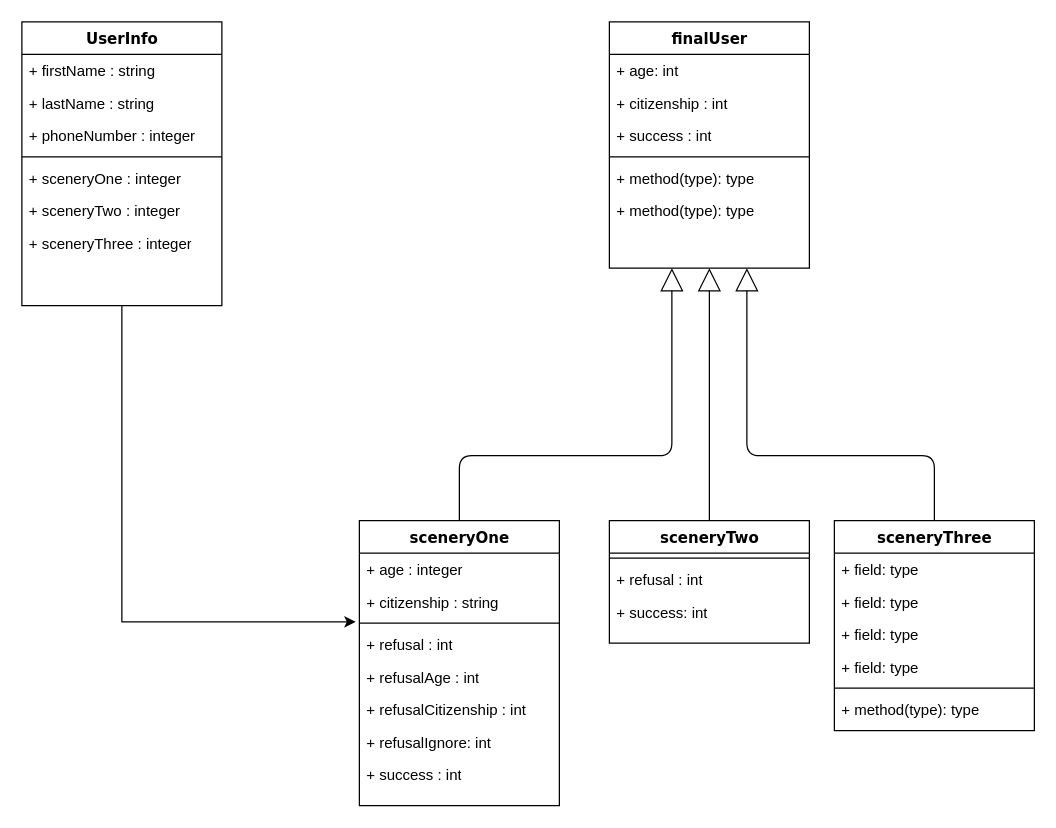
Above: Untitled Diagram.drawio in polarnights/TestRepo (draw.io), before the change. Source tidied: cells renumbered, new cells numbered last; positions are measured from the earlier drawing's top-left corner, leaving out a move shared by most shapes. Both pictures are drawn from the tidied source at 125%, with x=0, y=0 at pixel (21, 21).
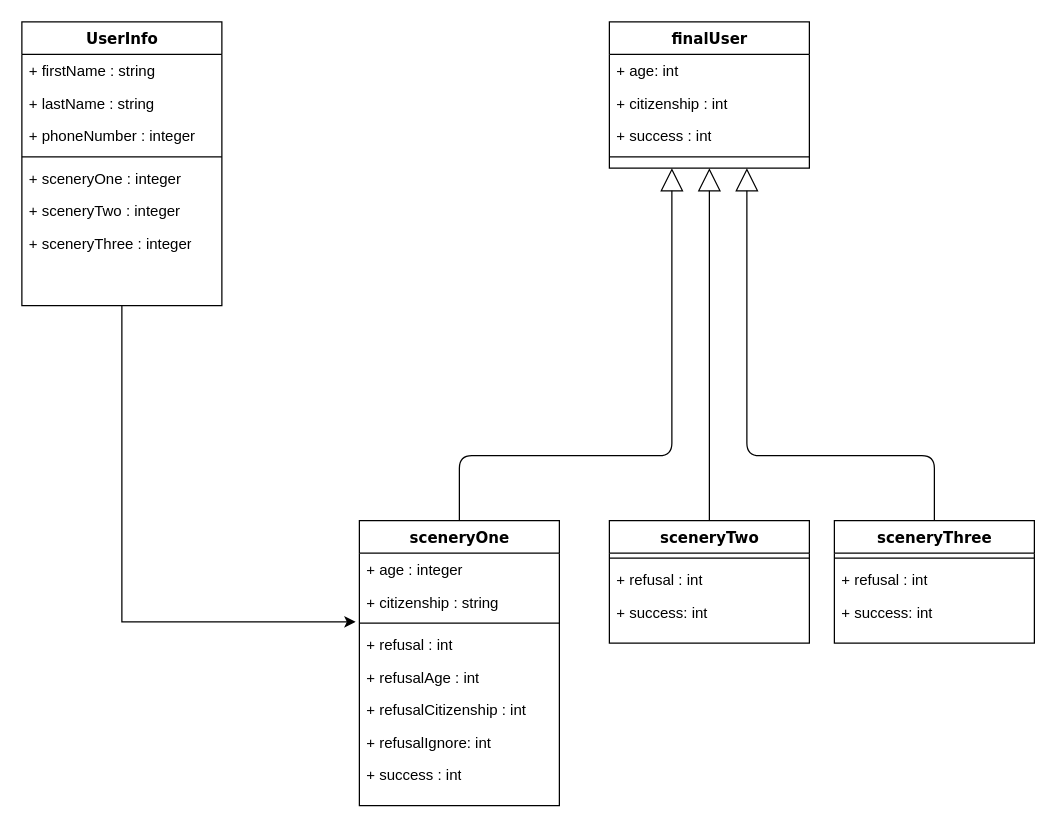
After the change.

Change to the diagram source:
```diff
@@
     <mxCell id="11" value="finalUser" style="swimlane;html=1;fontStyle=1;align=center;verticalAlign=top;horizontal=1;startSize=26;swimlaneFillColor=#ffffff;rounded=0;shadow=0;comic=0;labelBackgroundColor=none;strokeWidth=1;fillColor=none;fontFamily=Verdana;fontSize=12;" parent="1" vertex="1">
-      <mxGeometry x="470" width="160" height="197" as="geometry" />
+      <mxGeometry x="470" width="160" height="117" as="geometry" />
     </mxCell>
@@
-    <mxCell id="16" value="+ method(type): type" style="text;html=1;strokeColor=none;fillColor=none;align=left;verticalAlign=top;spacingLeft=4;spacingRight=4;whiteSpace=wrap;overflow=hidden;" parent="11" vertex="1">
-      <mxGeometry y="112" width="160" height="26" as="geometry" />
-    </mxCell>
-    <mxCell id="17" value="+ method(type): type" style="text;html=1;strokeColor=none;fillColor=none;align=left;verticalAlign=top;spacingLeft=4;spacingRight=4;whiteSpace=wrap;overflow=hidden;" parent="11" vertex="1">
-      <mxGeometry y="138" width="160" height="26" as="geometry" />
-    </mxCell>
@@
     <mxCell id="33" value="sceneryThree" style="swimlane;html=1;fontStyle=1;align=center;verticalAlign=top;horizontal=1;startSize=26;swimlaneFillColor=#ffffff;rounded=0;shadow=0;comic=0;labelBackgroundColor=none;strokeWidth=1;fillColor=none;fontFamily=Verdana;fontSize=12;" parent="1" vertex="1">
-      <mxGeometry x="650" y="399" width="160" height="168" as="geometry" />
+      <mxGeometry x="650" y="399" width="160" height="98" as="geometry" />
     </mxCell>
-    <mxCell id="34" value="+ field: type" style="text;html=1;strokeColor=none;fillColor=none;align=left;verticalAlign=top;spacingLeft=4;spacingRight=4;whiteSpace=wrap;overflow=hidden;" parent="33" vertex="1">
-      <mxGeometry y="26" width="160" height="26" as="geometry" />
-    </mxCell>
-    <mxCell id="35" value="+ field: type" style="text;html=1;strokeColor=none;fillColor=none;align=left;verticalAlign=top;spacingLeft=4;spacingRight=4;whiteSpace=wrap;overflow=hidden;" parent="33" vertex="1">
-      <mxGeometry y="52" width="160" height="26" as="geometry" />
-    </mxCell>
-    <mxCell id="36" value="+ field: type" style="text;html=1;strokeColor=none;fillColor=none;align=left;verticalAlign=top;spacingLeft=4;spacingRight=4;whiteSpace=wrap;overflow=hidden;" parent="33" vertex="1">
-      <mxGeometry y="78" width="160" height="26" as="geometry" />
-    </mxCell>
-    <mxCell id="37" value="+ field: type" style="text;html=1;strokeColor=none;fillColor=none;align=left;verticalAlign=top;spacingLeft=4;spacingRight=4;whiteSpace=wrap;overflow=hidden;" parent="33" vertex="1">
-      <mxGeometry y="104" width="160" height="26" as="geometry" />
-    </mxCell>
     <mxCell id="38" style="line;html=1;strokeWidth=1;fillColor=none;align=left;verticalAlign=middle;spacingTop=-1;spacingLeft=3;spacingRight=3;labelPosition=right;" parent="33" vertex="1">
-      <mxGeometry y="130" width="160" height="8" as="geometry" />
+      <mxGeometry y="26" width="160" height="8" as="geometry" />
     </mxCell>
-    <mxCell id="39" value="+ method(type): type" style="text;html=1;strokeColor=none;fillColor=none;align=left;verticalAlign=top;spacingLeft=4;spacingRight=4;whiteSpace=wrap;overflow=hidden;" parent="33" vertex="1">
-      <mxGeometry y="138" width="160" height="26" as="geometry" />
-    </mxCell>
+    <mxCell id="41" value="+ refusal : int" style="text;html=1;strokeColor=none;fillColor=none;align=left;verticalAlign=top;spacingLeft=4;spacingRight=4;whiteSpace=wrap;overflow=hidden;" parent="33" vertex="1">
+      <mxGeometry y="34" width="160" height="26" as="geometry" />
+    </mxCell>
+    <mxCell id="42" value="+ success: int" style="text;html=1;strokeColor=none;fillColor=none;align=left;verticalAlign=top;spacingLeft=4;spacingRight=4;whiteSpace=wrap;overflow=hidden;" parent="33" vertex="1">
+      <mxGeometry y="60" width="160" height="26" as="geometry" />
+    </mxCell>
```
